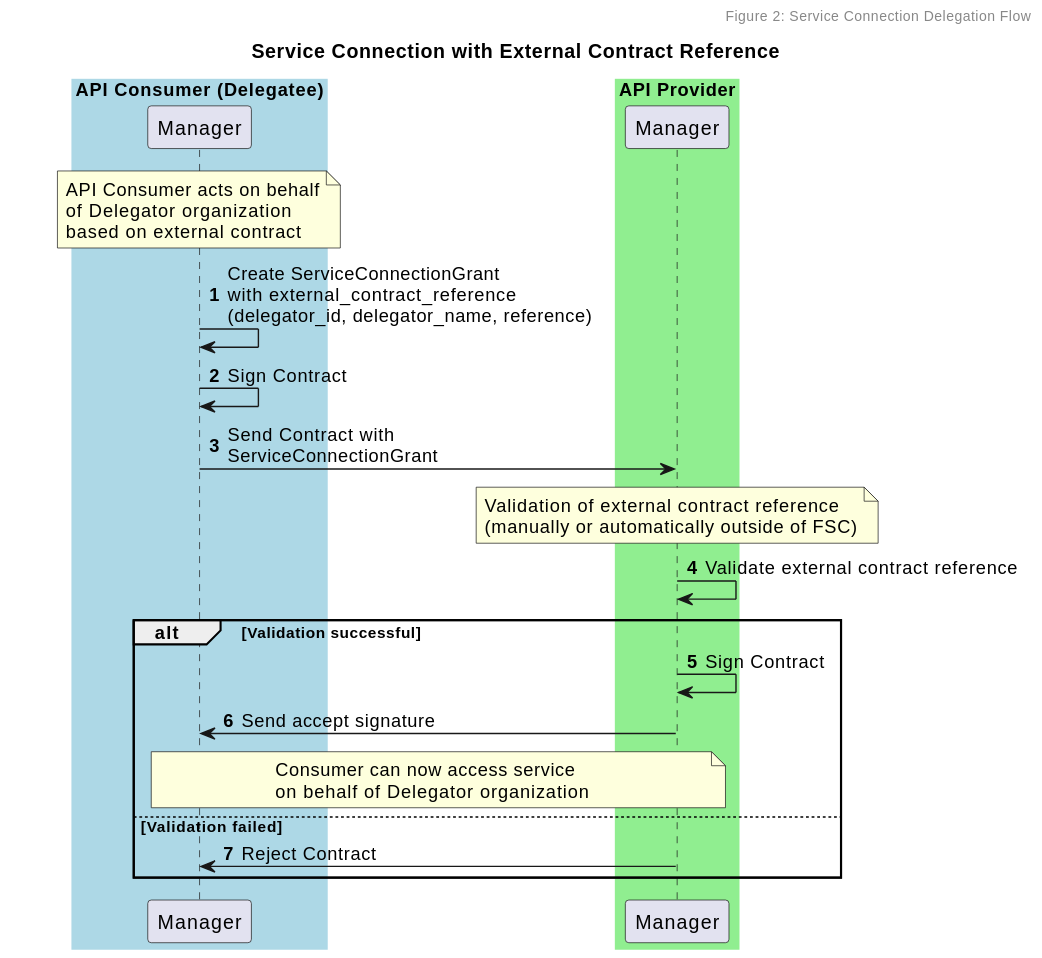
This is diagrams/seq-connection-delegation-external-contract.svg from Logius-standaarden/fsc-external-contract, a PlantUML export, as it was before one commit.
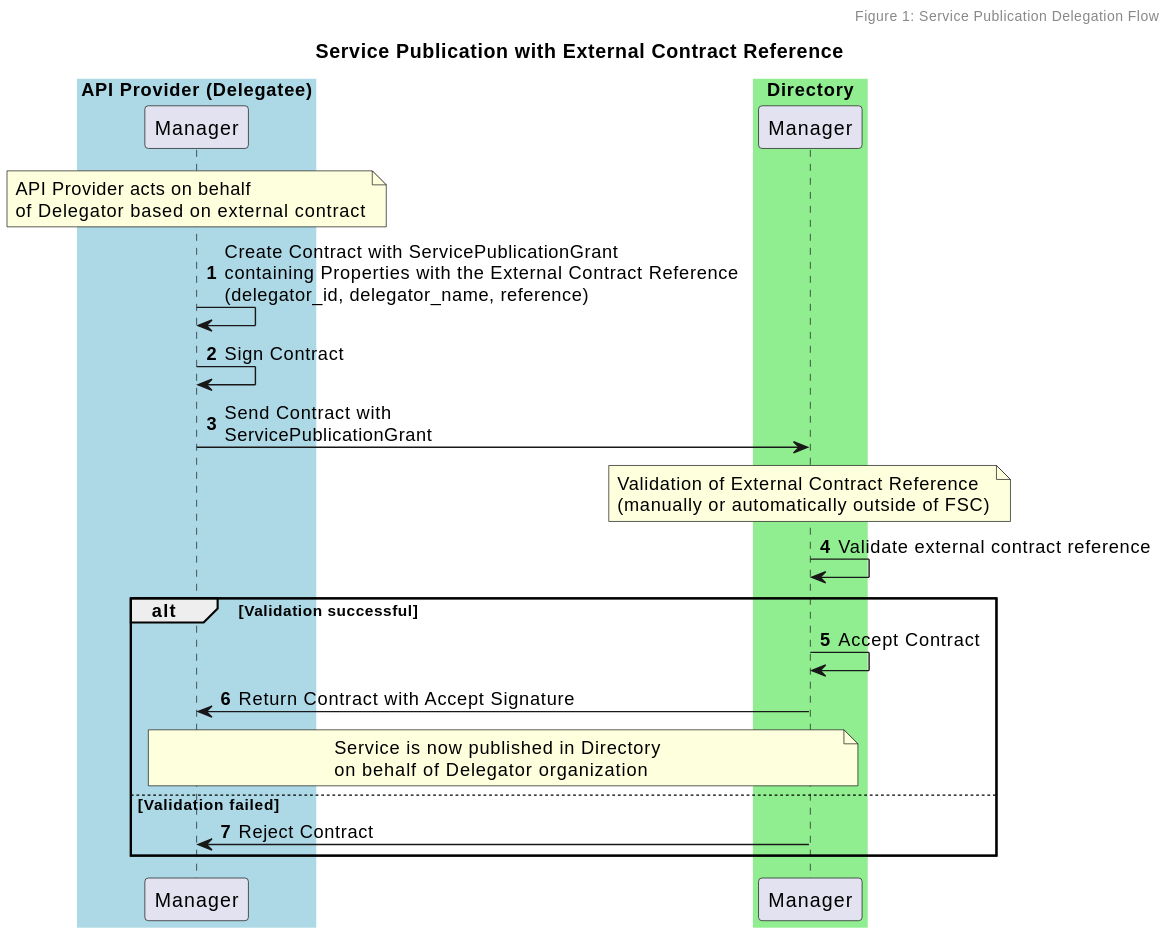
Above is the later version.

The edit, as a diff of the source:
```diff
@@ -1,47 +1,46 @@
 @startuml
-title Service Connection with External Contract Reference
-header Figure 2: Service Connection Delegation Flow
+title Service Publication with External Contract Reference
+header Figure 1: Service Publication Delegation Flow
 
 skinparam sequenceBoxBorderColor #transparent
 skinparam boxPadding 50
 autonumber
 
-box "API Consumer (Delegatee)" #LightBlue
-    participant "Manager" as ConsumerManager
-end box
-
-box "API Provider" #LightGreen
+box "API Provider (Delegatee)" #LightBlue
     participant "Manager" as ProviderManager
 end box
 
-note over ConsumerManager
-    API Consumer acts on behalf
-    of Delegator organization
-    based on external contract
+box "Directory" #LightGreen
+    participant "Manager" as DirectoryManager
+end box
+
+note over ProviderManager
+    API Provider acts on behalf
+    of Delegator based on external contract
 end note
 
-ConsumerManager -> ConsumerManager: Create ServiceConnectionGrant\nwith external_contract_reference\n(delegator_id, delegator_name, reference)
+ProviderManager -> ProviderManager: Create Contract with ServicePublicationGrant\ncontaining Properties with the External Contract Reference\n(delegator_id, delegator_name, reference)
 
-ConsumerManager -> ConsumerManager: Sign Contract
+ProviderManager -> ProviderManager: Sign Contract
 
-ConsumerManager -> ProviderManager: Send Contract with\nServiceConnectionGrant
+ProviderManager -> DirectoryManager: Send Contract with\nServicePublicationGrant
 
-note over ProviderManager
-    Validation of external contract reference
+note over DirectoryManager
+    Validation of External Contract Reference
     (manually or automatically outside of FSC)
 end note
 
-ProviderManager -> ProviderManager: Validate external contract reference
+DirectoryManager -> DirectoryManager: Validate external contract reference
 
 alt Validation successful
-    ProviderManager -> ProviderManager: Sign Contract
-    ProviderManager -> ConsumerManager: Send accept signature
+    DirectoryManager -> DirectoryManager: Accept Contract
+    DirectoryManager -> ProviderManager: Return Contract with Accept Signature
 
-    note over ConsumerManager, ProviderManager
-        Consumer can now access service
+    note over ProviderManager, DirectoryManager
+        Service is now published in Directory
         on behalf of Delegator organization
     end note
 else Validation failed
-    ProviderManager -> ConsumerManager: Reject Contract
+    DirectoryManager -> ProviderManager: Reject Contract
 end
 @enduml
```
